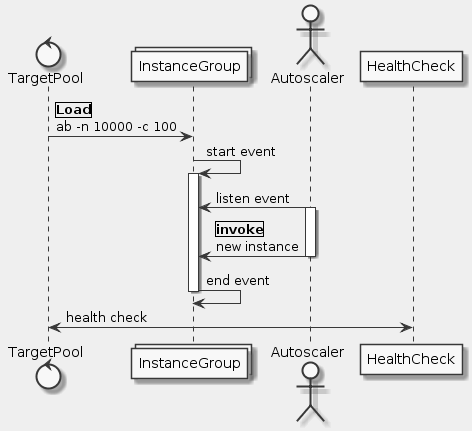
Earlier version of the PlantUML export qwiklabs/deployment_manager_full_production.png (nabinno/dojo). The source it was exported from:
```plantuml
@startuml
skinparam monochrome true
skinparam backgroundColor #EEEEFF

control "TargetPool" as TP
collections "InstanceGroup" as IG
actor "Autoscaler" as AS
participant "HealthCheck" as HC

TP -> IG: |Load|\nab -n 10000 -c 100
IG -> IG: start event
activate IG
AS -> IG: listen event
activate AS
AS -> IG: |invoke|\nnew instance
deactivate AS
IG -> IG: end event
deactivate IG

TP <-> HC: health check
@enduml
```
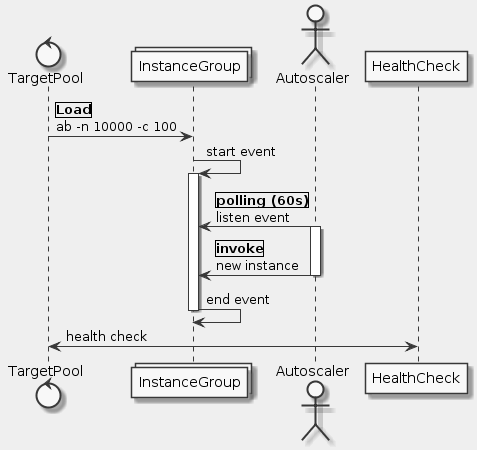
The same diagram one commit later.

Commit message:
Complete Qwiklabs - Deployment Manager - Full Production.

What changed in the source:
```diff
@@ -10,7 +10,7 @@
 TP -> IG: |Load|\nab -n 10000 -c 100
 IG -> IG: start event
 activate IG
-AS -> IG: listen event
+AS -> IG: |polling (60s)|\nlisten event
 activate AS
 AS -> IG: |invoke|\nnew instance
 deactivate AS
```
